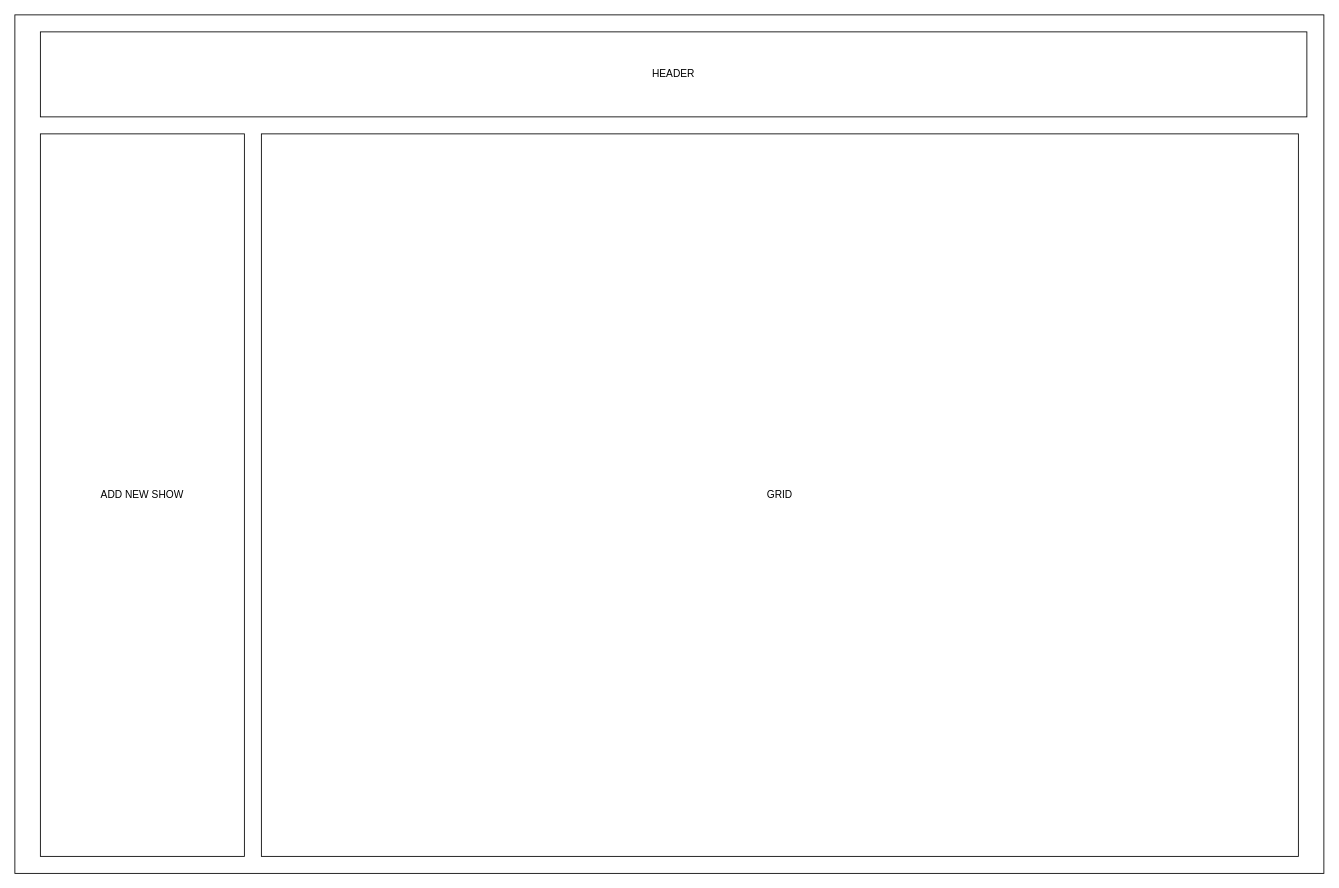
Earlier version of the draw.io diagram UI.drawio (joacand/tv-show-watcher). Source tidied: cells renumbered, new cells numbered last; positions are measured from the earlier drawing's top-left corner, leaving out a move shared by most shapes. Both pictures are drawn from the tidied source at 85%, with x=0, y=0 at pixel (14, 14).
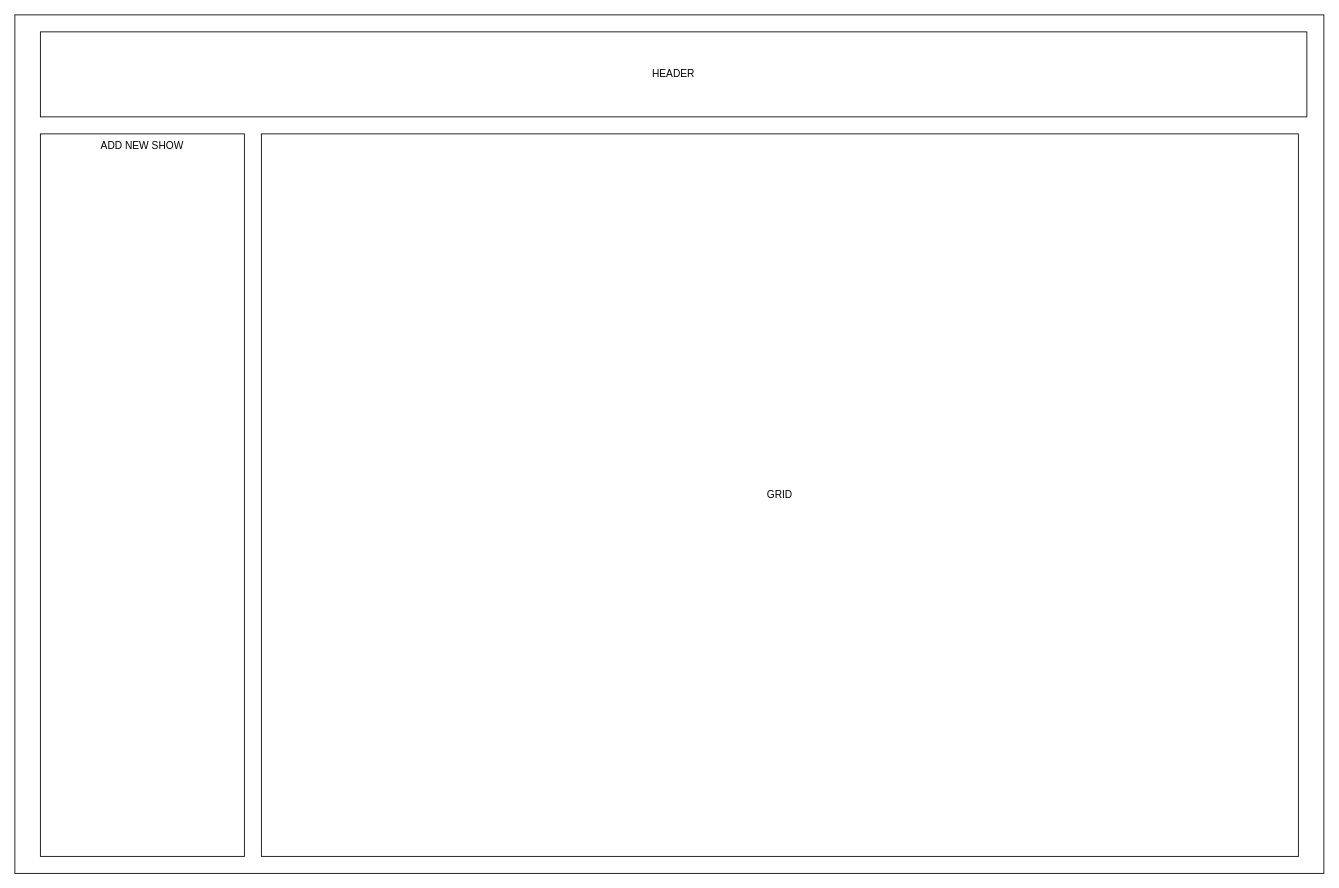
Above is the later version.

The edit, as a diff of the source:
```diff
@@
 <mxGraphModel>
   <root>
     <mxCell id="0" />
     <mxCell id="1" parent="0" />
     <mxCell id="2" style="rounded=0;whiteSpace=wrap;html=1;" parent="1" vertex="1">
       <mxGeometry width="1540" height="1010" as="geometry" />
     </mxCell>
     <mxCell id="3" value="HEADER" style="rounded=0;whiteSpace=wrap;html=1;" parent="1" vertex="1">
       <mxGeometry x="30" y="20" width="1490" height="100" as="geometry" />
     </mxCell>
-    <mxCell id="4" value="ADD NEW SHOW" style="rounded=0;whiteSpace=wrap;html=1;" parent="1" vertex="1">
+    <mxCell id="4" value="ADD NEW SHOW" style="rounded=0;whiteSpace=wrap;html=1;verticalAlign=top;" parent="1" vertex="1">
       <mxGeometry x="30" y="140" width="240" height="850" as="geometry" />
     </mxCell>
     <mxCell id="5" value="GRID" style="rounded=0;whiteSpace=wrap;html=1;" parent="1" vertex="1">
       <mxGeometry x="290" y="140" width="1220" height="850" as="geometry" />
     </mxCell>
   </root>
 </mxGraphModel>
```
